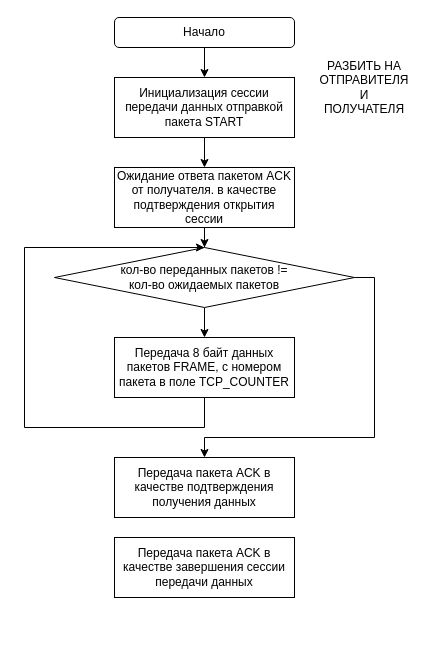
mmm-da/vkr-report keeps this draw.io diagram as page "сеть 1" (11 of 14) of pic.drawio. Above is the earlier version. Source tidied: cells renumbered, new cells numbered last; positions are measured from the earlier drawing's top-left corner, leaving out a move shared by most shapes. Both pictures are drawn from the tidied source at 100%, with x=0, y=0 at pixel (24, 17).
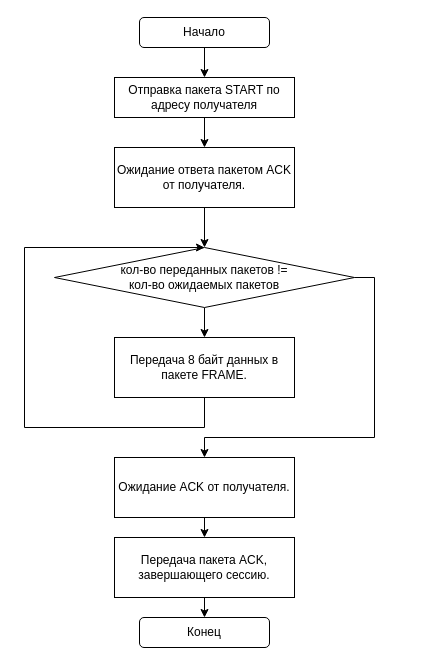
After the change.

What changed in the source:
```diff
@@
     <mxCell id="3" value="Начало" style="rounded=1;whiteSpace=wrap;html=1;" parent="1" vertex="1">
-      <mxGeometry x="90" width="180" height="30" as="geometry" />
+      <mxGeometry x="115" width="130" height="30" as="geometry" />
     </mxCell>
@@
-    <mxCell id="5" value="Инициализация сессии передачи данных отправкой пакета START" style="rounded=0;whiteSpace=wrap;html=1;" parent="1" vertex="1">
-      <mxGeometry x="90" y="60" width="180" height="60" as="geometry" />
+    <mxCell id="5" value="Отправка пакета START по адресу получателя" style="rounded=0;whiteSpace=wrap;html=1;" parent="1" vertex="1">
+      <mxGeometry x="90" y="60" width="180" height="40" as="geometry" />
     </mxCell>
@@
-    <mxCell id="7" value="Ожидание ответа пакетом ACK от получателя. в качестве подтверждения открытия сессии" style="rounded=0;whiteSpace=wrap;html=1;" parent="1" vertex="1">
-      <mxGeometry x="90" y="150" width="180" height="60" as="geometry" />
+    <mxCell id="7" value="Ожидание ответа пакетом ACK от получателя." style="rounded=0;whiteSpace=wrap;html=1;" parent="1" vertex="1">
+      <mxGeometry x="90" y="130" width="180" height="60" as="geometry" />
     </mxCell>
@@
-    <mxCell id="12" value="Передача 8 байт данных пакетов FRAME, с номером пакета в поле TCP_COUNTER" style="rounded=0;whiteSpace=wrap;html=1;" parent="1" vertex="1">
+    <mxCell id="12" value="Передача 8 байт данных в пакете FRAME." style="rounded=0;whiteSpace=wrap;html=1;" parent="1" vertex="1">
       <mxGeometry x="90" y="320" width="180" height="60" as="geometry" />
     </mxCell>
+    <mxCell id="16" style="edgeStyle=orthogonalEdgeStyle;rounded=0;jettySize=auto;html=1;exitX=0.5;exitY=1;exitDx=0;exitDy=0;entryX=0.5;entryY=0;entryDx=0;entryDy=0;" parent="1" edge="1" source="13" target="14">
+      <mxGeometry relative="1" as="geometry" />
+    </mxCell>
-    <mxCell id="13" value="Передача пакета ACK в качестве подтверждения получения данных" style="rounded=0;whiteSpace=wrap;html=1;" parent="1" vertex="1">
+    <mxCell id="13" value="Ожидание ACK от получателя." style="rounded=0;whiteSpace=wrap;html=1;" parent="1" vertex="1">
       <mxGeometry x="90" y="440" width="180" height="60" as="geometry" />
     </mxCell>
+    <mxCell id="17" style="edgeStyle=orthogonalEdgeStyle;rounded=0;orthogonalLoop=1;jettySize=auto;html=1;exitX=0.5;exitY=1;exitDx=0;exitDy=0;entryX=0.5;entryY=0;entryDx=0;entryDy=0;" parent="1" edge="1">
+      <mxGeometry relative="1" as="geometry">
+        <mxPoint x="183" y="580" as="sourcePoint" />
+        <mxPoint x="180" y="600" as="targetPoint" />
+        <Array as="points">
+          <mxPoint x="180" y="580" />
+        </Array>
+      </mxGeometry>
+    </mxCell>
-    <mxCell id="14" value="Передача пакета ACK в качестве завершения сессии передачи данных" style="rounded=0;whiteSpace=wrap;html=1;" parent="1" vertex="1">
+    <mxCell id="14" value="Передача пакета ACK, завершающего сессию." style="rounded=0;whiteSpace=wrap;html=1;" parent="1" vertex="1">
       <mxGeometry x="90" y="520" width="180" height="60" as="geometry" />
     </mxCell>
-    <mxCell id="15" value="РАЗБИТЬ НА ОТПРАВИТЕЛЯ И ПОЛУЧАТЕЛЯ" style="text;html=1;strokeColor=none;fillColor=none;align=center;verticalAlign=middle;whiteSpace=wrap;rounded=0;" parent="1" vertex="1">
-      <mxGeometry x="320" y="60" width="40" height="20" as="geometry" />
-    </mxCell>
+    <mxCell id="18" value="Конец" style="rounded=1;whiteSpace=wrap;html=1;" parent="1" vertex="1">
+      <mxGeometry x="115" y="600" width="130" height="30" as="geometry" />
+    </mxCell>
```
